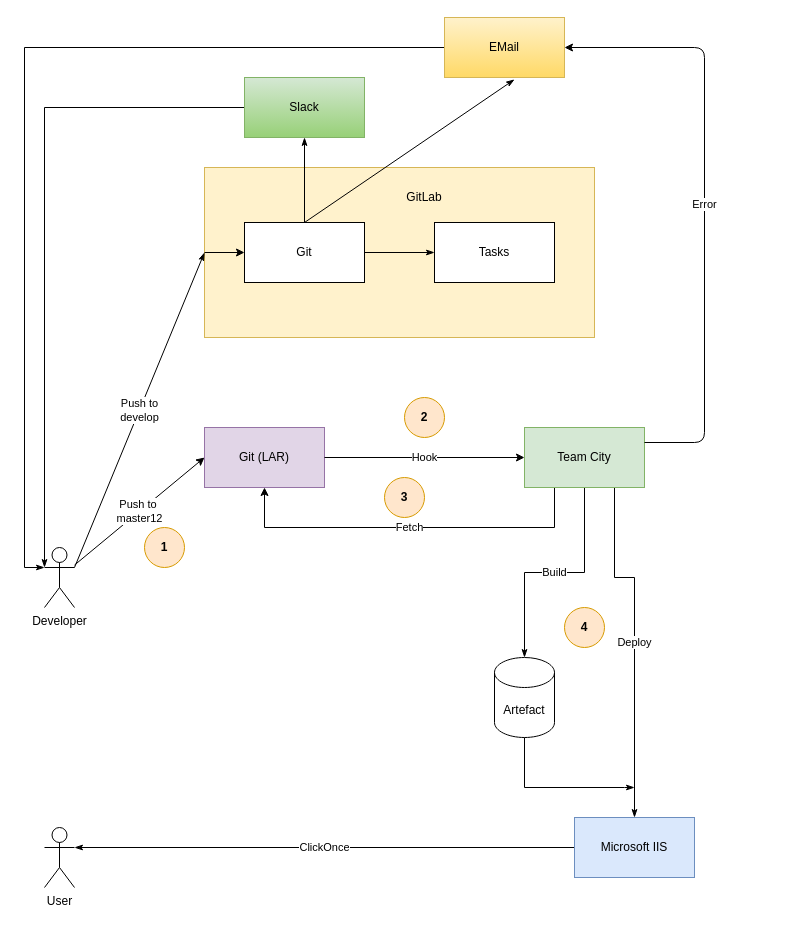
Before: TSFM-build-deploy.drawio in MaxGaranin/Diagrams, a draw.io diagram. Source tidied: cells renumbered, new cells numbered last; positions are measured from the earlier drawing's top-left corner, leaving out a move shared by most shapes. Both pictures are drawn from the tidied source at 100%, with x=0, y=0 at pixel (44, 17).
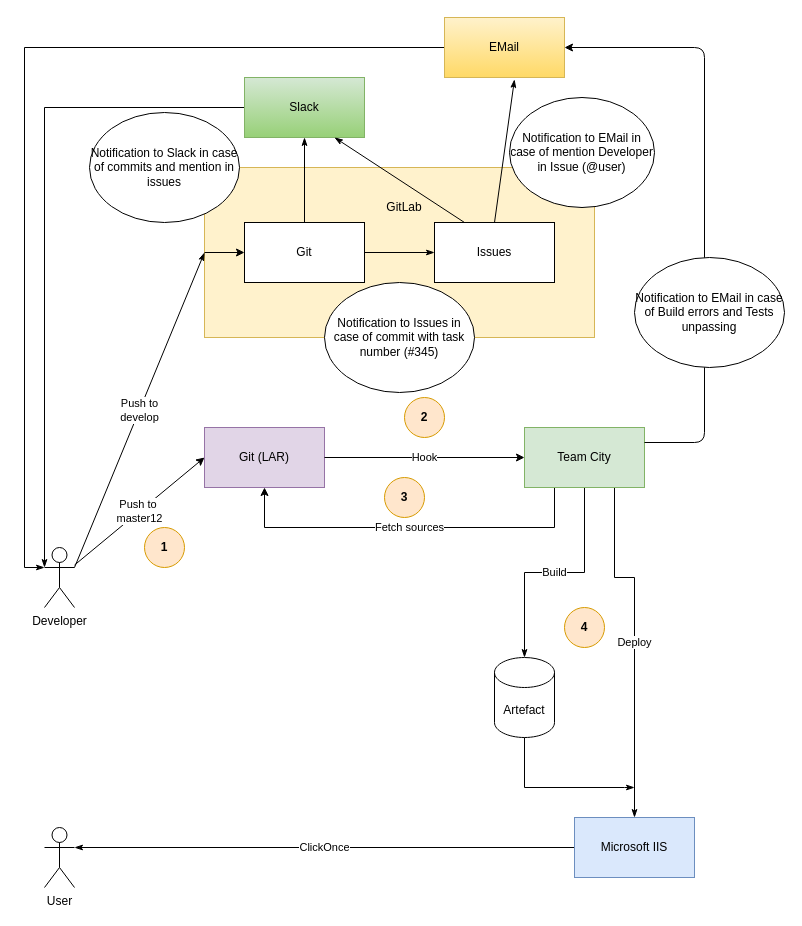
Above is the later version.

Unchanged cells that the change refers to:
```xml
<mxCell id="2" value="Git (LAR)" style="rounded=0;whiteSpace=wrap;html=1;fillColor=#e1d5e7;strokeColor=#9673a6;" parent="1" vertex="1">
  <mxGeometry x="160" y="410" width="120" height="60" as="geometry" />
</mxCell>
<mxCell id="6" value="Team City" style="rounded=0;whiteSpace=wrap;html=1;fillColor=#d5e8d4;strokeColor=#82b366;" parent="1" vertex="1">
  <mxGeometry x="480" y="410" width="120" height="60" as="geometry" />
</mxCell>
<mxCell id="25" value="Git" style="rounded=0;whiteSpace=wrap;html=1;" parent="1" vertex="1">
  <mxGeometry x="200" y="205" width="120" height="60" as="geometry" />
</mxCell>
<mxCell id="30" value="EMail" style="rounded=0;whiteSpace=wrap;html=1;gradientColor=#ffd966;fillColor=#fff2cc;strokeColor=#d6b656;" parent="1" vertex="1">
  <mxGeometry x="400" width="120" height="60" as="geometry" />
</mxCell>
<mxCell id="32" value="Slack" style="rounded=0;whiteSpace=wrap;html=1;gradientColor=#97d077;fillColor=#d5e8d4;strokeColor=#82b366;" parent="1" vertex="1">
  <mxGeometry x="200" y="60" width="120" height="60" as="geometry" />
</mxCell>
```

What changed in the source:
```diff
@@
-    <mxCell id="3" value="Fetch" style="edgeStyle=orthogonalEdgeStyle;rounded=0;jettySize=auto;html=1;exitX=0.25;exitY=1;exitDx=0;exitDy=0;entryX=0.5;entryY=1;entryDx=0;entryDy=0;startArrow=none;startFill=0;" parent="1" edge="1" source="6" target="2">
+    <mxCell id="3" value="Fetch sources" style="edgeStyle=orthogonalEdgeStyle;rounded=0;jettySize=auto;html=1;exitX=0.25;exitY=1;exitDx=0;exitDy=0;entryX=0.5;entryY=1;entryDx=0;entryDy=0;startArrow=none;startFill=0;" parent="1" edge="1" source="6" target="2">
       <mxGeometry relative="1" as="geometry">
         <Array as="points">
           <mxPoint x="510" y="510" />
           <mxPoint x="220" y="510" />
         </Array>
       </mxGeometry>
     </mxCell>
@@
-    <mxCell id="23" style="edgeStyle=none;rounded=0;jettySize=auto;html=1;exitX=0.5;exitY=0;exitDx=0;exitDy=0;entryX=0.583;entryY=1.033;entryDx=0;entryDy=0;entryPerimeter=0;startArrow=none;startFill=0;endArrow=classicThin;endFill=1;" parent="1" edge="1" source="25" target="30">
+    <mxCell id="23" style="edgeStyle=none;rounded=0;jettySize=auto;html=1;entryX=0.583;entryY=1.033;entryDx=0;entryDy=0;entryPerimeter=0;startArrow=none;startFill=0;endArrow=classicThin;endFill=1;exitX=0.5;exitY=0;exitDx=0;exitDy=0;" parent="1" edge="1" source="26" target="30">
       <mxGeometry relative="1" as="geometry" />
     </mxCell>
@@
-    <mxCell id="26" value="Tasks" style="rounded=0;whiteSpace=wrap;html=1;" parent="1" vertex="1">
+    <mxCell id="26" value="Issues" style="rounded=0;whiteSpace=wrap;html=1;" parent="1" vertex="1">
       <mxGeometry x="390" y="205" width="120" height="60" as="geometry" />
     </mxCell>
     <mxCell id="27" value="GitLab" style="text;html=1;strokeColor=none;fillColor=none;align=center;verticalAlign=middle;whiteSpace=wrap;rounded=0;" parent="1" vertex="1">
-      <mxGeometry x="360" y="170" width="40" height="20" as="geometry" />
+      <mxGeometry x="340" y="180" width="40" height="20" as="geometry" />
     </mxCell>
@@
-    <mxCell id="33" value="Error" style="endArrow=classic;html=1;exitX=1;exitY=0.25;exitDx=0;exitDy=0;edgeStyle=orthogonalEdgeStyle;entryX=1;entryY=0.5;entryDx=0;entryDy=0;" parent="1" edge="1" source="6" target="30">
+    <mxCell id="33" style="endArrow=classic;html=1;exitX=1;exitY=0.25;exitDx=0;exitDy=0;edgeStyle=orthogonalEdgeStyle;entryX=1;entryY=0.5;entryDx=0;entryDy=0;" parent="1" edge="1" source="6" target="30">
       <mxGeometry relative="1" as="geometry">
         <Array as="points">
           <mxPoint x="660" y="425" />
           <mxPoint x="660" y="30" />
         </Array>
       </mxGeometry>
     </mxCell>
+    <mxCell id="34" value="Notification to Issues in case of commit with task number (#345)" style="ellipse;whiteSpace=wrap;html=1;" parent="1" vertex="1">
+      <mxGeometry x="280" y="265" width="150" height="110" as="geometry" />
+    </mxCell>
+    <mxCell id="35" value="Notification to EMail in case of mention Developer in Issue (@user)" style="ellipse;whiteSpace=wrap;html=1;" parent="1" vertex="1">
+      <mxGeometry x="465" y="80" width="145" height="110" as="geometry" />
+    </mxCell>
+    <mxCell id="36" style="edgeStyle=none;rounded=0;jettySize=auto;html=1;entryX=0.75;entryY=1;entryDx=0;entryDy=0;startArrow=none;startFill=0;endArrow=classicThin;endFill=1;exitX=0.25;exitY=0;exitDx=0;exitDy=0;" parent="1" edge="1" source="26" target="32">
+      <mxGeometry relative="1" as="geometry" />
+    </mxCell>
+    <mxCell id="37" value="Notification to Slack in case of commits and mention in issues" style="ellipse;whiteSpace=wrap;html=1;" parent="1" vertex="1">
+      <mxGeometry x="45" y="95" width="150" height="110" as="geometry" />
+    </mxCell>
+    <mxCell id="38" value="Notification to EMail in case of Build errors and Tests unpassing" style="ellipse;whiteSpace=wrap;html=1;" parent="1" vertex="1">
+      <mxGeometry x="590" y="240" width="150" height="110" as="geometry" />
+    </mxCell>
```
